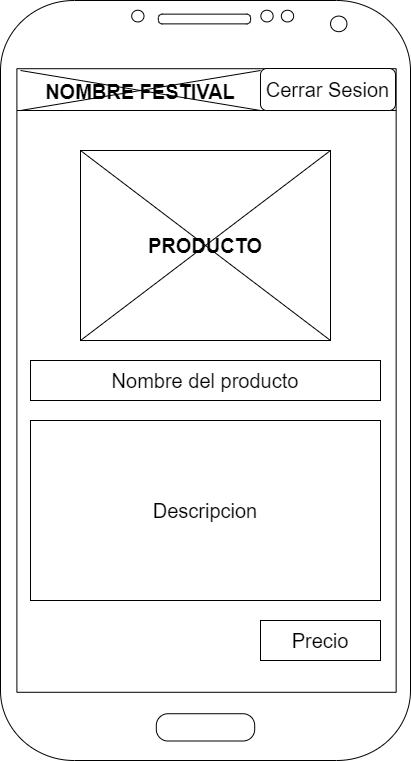
The draw.io diagram P2/img/ProductoPagina.png in OscarLM32/DIU, before a commit. Source tidied: cells renumbered, new cells last; positions are measured from the earlier drawing's top-left corner, leaving out a move shared by most shapes. Its diagram source:
```xml
<mxGraphModel>
  <root>
    <mxCell id="0" />
    <mxCell id="1" parent="0" />
    <mxCell id="2" style="group;" parent="1" vertex="1">
      <mxGeometry width="410" height="760" as="geometry" />
    </mxCell>
    <mxCell id="3" style="rounded=0;whiteSpace=wrap;html=1;strokeColor=#000000;" parent="2" vertex="1">
      <mxGeometry x="10" y="60" width="390" height="650" as="geometry" />
    </mxCell>
    <mxCell id="4" style="rounded=0;whiteSpace=wrap;html=1;strokeColor=#000000;" parent="2" vertex="1">
      <mxGeometry x="10" y="60" width="390" height="50" as="geometry" />
    </mxCell>
    <mxCell id="5" style="verticalLabelPosition=bottom;verticalAlign=top;html=1;shadow=0;dashed=0;strokeWidth=1;shape=mxgraph.android.phone2;strokeColor=#000000;" parent="2" vertex="1">
      <mxGeometry width="410" height="760" as="geometry" />
    </mxCell>
    <mxCell id="6" value="&lt;span style=&quot;font-size: 20px&quot;&gt;Cerrar Sesion&lt;/span&gt;" style="rounded=1;whiteSpace=wrap;html=1;strokeColor=#000000;" parent="2" vertex="1">
      <mxGeometry x="260" y="68" width="135" height="42" as="geometry" />
    </mxCell>
    <mxCell id="7" value="NOMBRE FESTIVAL" style="shape=umlDestroy;fontSize=20;strokeColor=#000000;fontStyle=1;" parent="2" vertex="1">
      <mxGeometry x="20" y="70" width="240" height="40" as="geometry" />
    </mxCell>
    <mxCell id="8" value="&lt;b&gt;PRODUCTO&lt;/b&gt;" style="rounded=0;whiteSpace=wrap;html=1;fontSize=20;strokeColor=#000000;" parent="2" vertex="1">
      <mxGeometry x="80" y="150" width="250" height="190" as="geometry" />
    </mxCell>
    <mxCell id="9" style="shape=umlDestroy;fontSize=20;strokeColor=#000000;" parent="2" vertex="1">
      <mxGeometry x="80" y="150" width="250" height="190" as="geometry" />
    </mxCell>
    <mxCell id="10" value="Nombre del producto" style="rounded=0;whiteSpace=wrap;html=1;fontSize=20;strokeColor=#000000;" parent="2" vertex="1">
      <mxGeometry x="30" y="360" width="350" height="40" as="geometry" />
    </mxCell>
    <mxCell id="11" value="Descripcion" style="rounded=0;whiteSpace=wrap;html=1;fontSize=20;strokeColor=#000000;" parent="2" vertex="1">
      <mxGeometry x="30" y="420" width="350" height="180" as="geometry" />
    </mxCell>
    <mxCell id="12" value="Precio" style="rounded=0;whiteSpace=wrap;html=1;fontSize=20;strokeColor=#000000;" parent="2" vertex="1">
      <mxGeometry x="260" y="620" width="120" height="40" as="geometry" />
    </mxCell>
  </root>
</mxGraphModel>
```
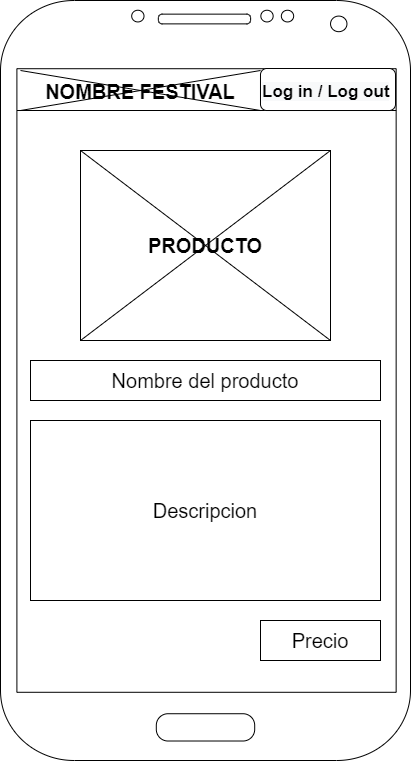
Above is the later version.

What changed in the source:
```diff
@@ -14,7 +14,7 @@
     <mxCell id="5" style="verticalLabelPosition=bottom;verticalAlign=top;html=1;shadow=0;dashed=0;strokeWidth=1;shape=mxgraph.android.phone2;strokeColor=#000000;" parent="2" vertex="1">
       <mxGeometry width="410" height="760" as="geometry" />
     </mxCell>
-    <mxCell id="6" value="&lt;span style=&quot;font-size: 20px&quot;&gt;Cerrar Sesion&lt;/span&gt;" style="rounded=1;whiteSpace=wrap;html=1;strokeColor=#000000;" parent="2" vertex="1">
+    <mxCell id="6" style="rounded=1;whiteSpace=wrap;html=1;strokeColor=#000000;" parent="2" vertex="1">
       <mxGeometry x="260" y="68" width="135" height="42" as="geometry" />
     </mxCell>
     <mxCell id="7" value="NOMBRE FESTIVAL" style="shape=umlDestroy;fontSize=20;strokeColor=#000000;fontStyle=1;" parent="2" vertex="1">
@@ -35,5 +35,8 @@
     <mxCell id="12" value="Precio" style="rounded=0;whiteSpace=wrap;html=1;fontSize=20;strokeColor=#000000;" parent="2" vertex="1">
       <mxGeometry x="260" y="620" width="120" height="40" as="geometry" />
     </mxCell>
+    <mxCell id="13" value="&lt;b style=&quot;color: rgb(0, 0, 0); font-size: 17px; font-style: normal; letter-spacing: normal; text-indent: 0px; text-transform: none; word-spacing: 0px; font-family: helvetica; text-align: center; background-color: rgb(248, 249, 250);&quot;&gt;Log in / Log out&lt;/b&gt;" style="text;whiteSpace=wrap;html=1;" parent="2" vertex="1">
+      <mxGeometry x="260" y="75" width="150" height="30" as="geometry" />
+    </mxCell>
   </root>
 </mxGraphModel>
```
